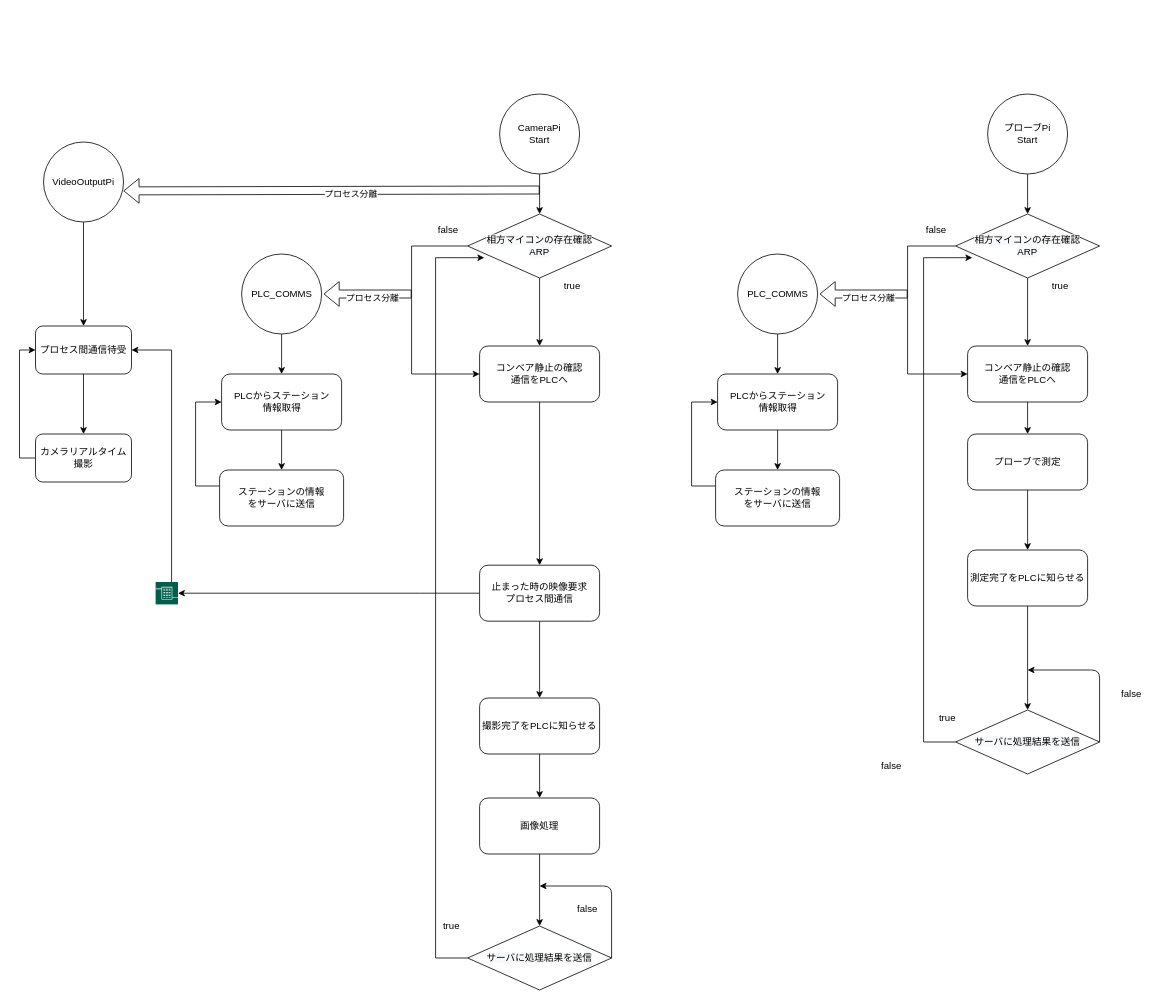
Above: フローチャート.drawio in chekke1999/kaihatukadai (draw.io), before the change. Source tidied: cells renumbered, new cells numbered last; positions are measured from the earlier drawing's top-left corner, leaving out a move shared by most shapes. Both pictures are drawn from the tidied source at 80%, with x=0, y=0 at pixel (19, 94).
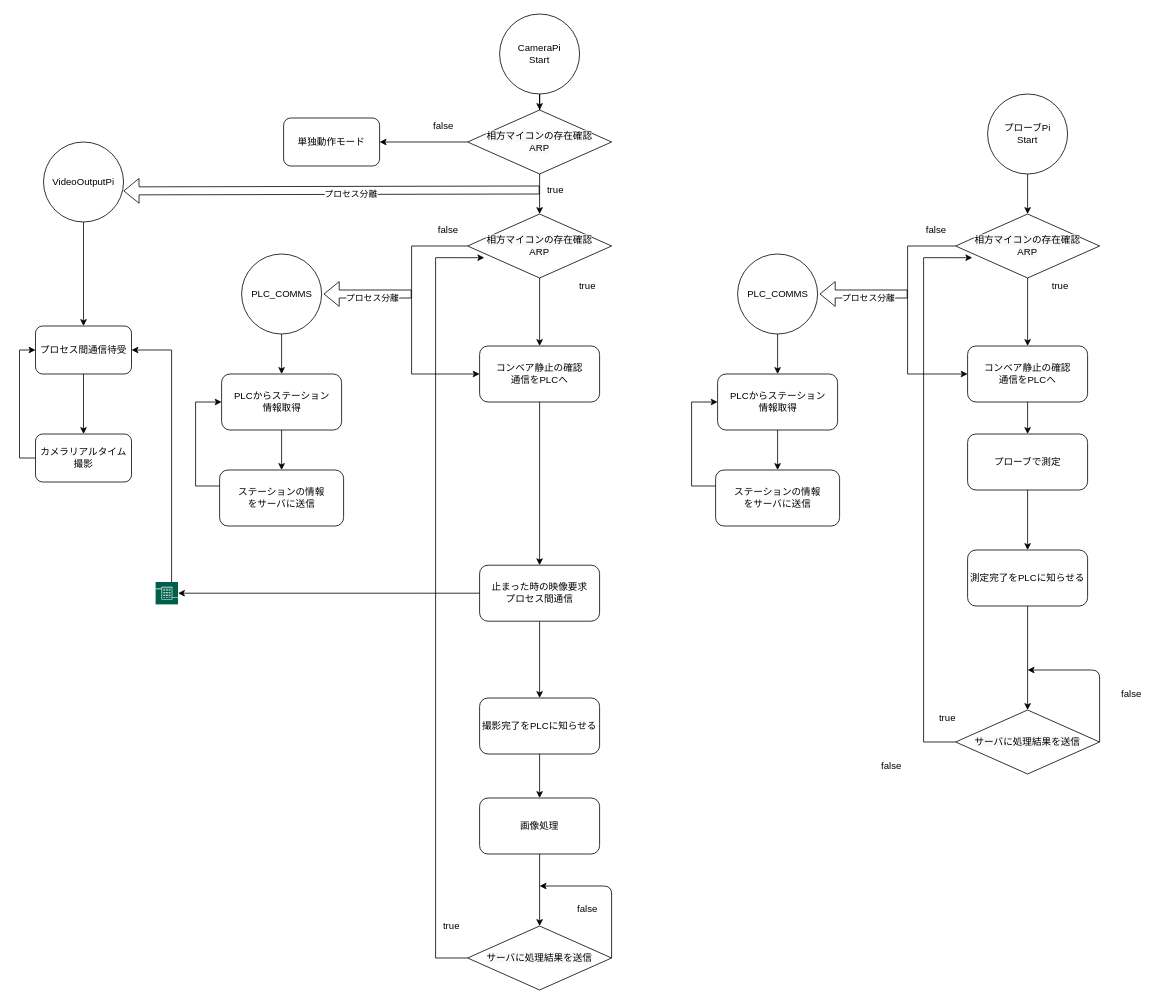
After the change.

Commit message:
フローチャート.drawio

The change refers to these unchanged cells:
```xml
<mxCell id="6" value="&lt;span style=&quot;color: rgb(0 , 0 , 0) ; font-family: &amp;#34;helvetica&amp;#34; ; font-size: 12px ; font-style: normal ; font-weight: 400 ; letter-spacing: normal ; text-align: center ; text-indent: 0px ; text-transform: none ; word-spacing: 0px ; background-color: rgb(248 , 249 , 250) ; display: inline ; float: none&quot;&gt;相方マイコンの存在確認&lt;br&gt;ARP&lt;br&gt;&lt;/span&gt;" style="rhombus;whiteSpace=wrap;html=1;" parent="1" vertex="1">
  <mxGeometry x="560" y="150" width="180" height="80" as="geometry" />
</mxCell>
```

What changed in the source:
```diff
@@
-    <mxCell id="2" style="edgeStyle=orthogonalEdgeStyle;rounded=0;jettySize=auto;html=1;" parent="1" edge="1" source="3" target="6">
-      <mxGeometry relative="1" as="geometry" />
-    </mxCell>
+    <mxCell id="68" style="edgeStyle=orthogonalEdgeStyle;rounded=0;jettySize=auto;html=1;" parent="1" edge="1" source="3" target="71">
+      <mxGeometry relative="1" as="geometry" />
+    </mxCell>
     <mxCell id="3" value="CameraPi&lt;br&gt;Start" style="ellipse;whiteSpace=wrap;html=1;" parent="1" vertex="1">
-      <mxGeometry x="600" width="100" height="100" as="geometry" />
+      <mxGeometry x="600" y="-100" width="100" height="100" as="geometry" />
     </mxCell>
@@
     <mxCell id="7" value="true" style="text;html=1;strokeColor=none;fillColor=none;align=center;verticalAlign=middle;whiteSpace=wrap;rounded=0;" parent="1" vertex="1">
-      <mxGeometry x="671" y="230" width="40" height="20" as="geometry" />
+      <mxGeometry x="690" y="230" width="40" height="20" as="geometry" />
     </mxCell>
@@
+    <mxCell id="69" style="edgeStyle=orthogonalEdgeStyle;rounded=0;jettySize=auto;html=1;" parent="1" edge="1" source="71" target="6">
+      <mxGeometry relative="1" as="geometry" />
+    </mxCell>
+    <mxCell id="70" style="edgeStyle=orthogonalEdgeStyle;rounded=0;jettySize=auto;html=1;" parent="1" edge="1" source="71" target="74">
+      <mxGeometry relative="1" as="geometry" />
+    </mxCell>
+    <mxCell id="71" value="&lt;span style=&quot;color: rgb(0 , 0 , 0) ; font-family: &amp;#34;helvetica&amp;#34; ; font-size: 12px ; font-style: normal ; font-weight: 400 ; letter-spacing: normal ; text-align: center ; text-indent: 0px ; text-transform: none ; word-spacing: 0px ; background-color: rgb(248 , 249 , 250) ; display: inline ; float: none&quot;&gt;相方マイコンの存在確認&lt;br&gt;ARP&lt;br&gt;&lt;/span&gt;" style="rhombus;whiteSpace=wrap;html=1;" parent="1" vertex="1">
+      <mxGeometry x="560" y="20" width="180" height="80" as="geometry" />
+    </mxCell>
+    <mxCell id="72" value="true" style="text;html=1;strokeColor=none;fillColor=none;align=center;verticalAlign=middle;whiteSpace=wrap;rounded=0;" parent="1" vertex="1">
+      <mxGeometry x="650" y="110" width="40" height="20" as="geometry" />
+    </mxCell>
+    <mxCell id="73" value="false" style="text;html=1;strokeColor=none;fillColor=none;align=center;verticalAlign=middle;whiteSpace=wrap;rounded=0;" parent="1" vertex="1">
+      <mxGeometry x="510" y="30" width="40" height="20" as="geometry" />
+    </mxCell>
+    <mxCell id="74" value="単独動作モード" style="rounded=1;whiteSpace=wrap;html=1;" parent="1" vertex="1">
+      <mxGeometry x="330" y="30" width="120" height="60" as="geometry" />
+    </mxCell>
```
